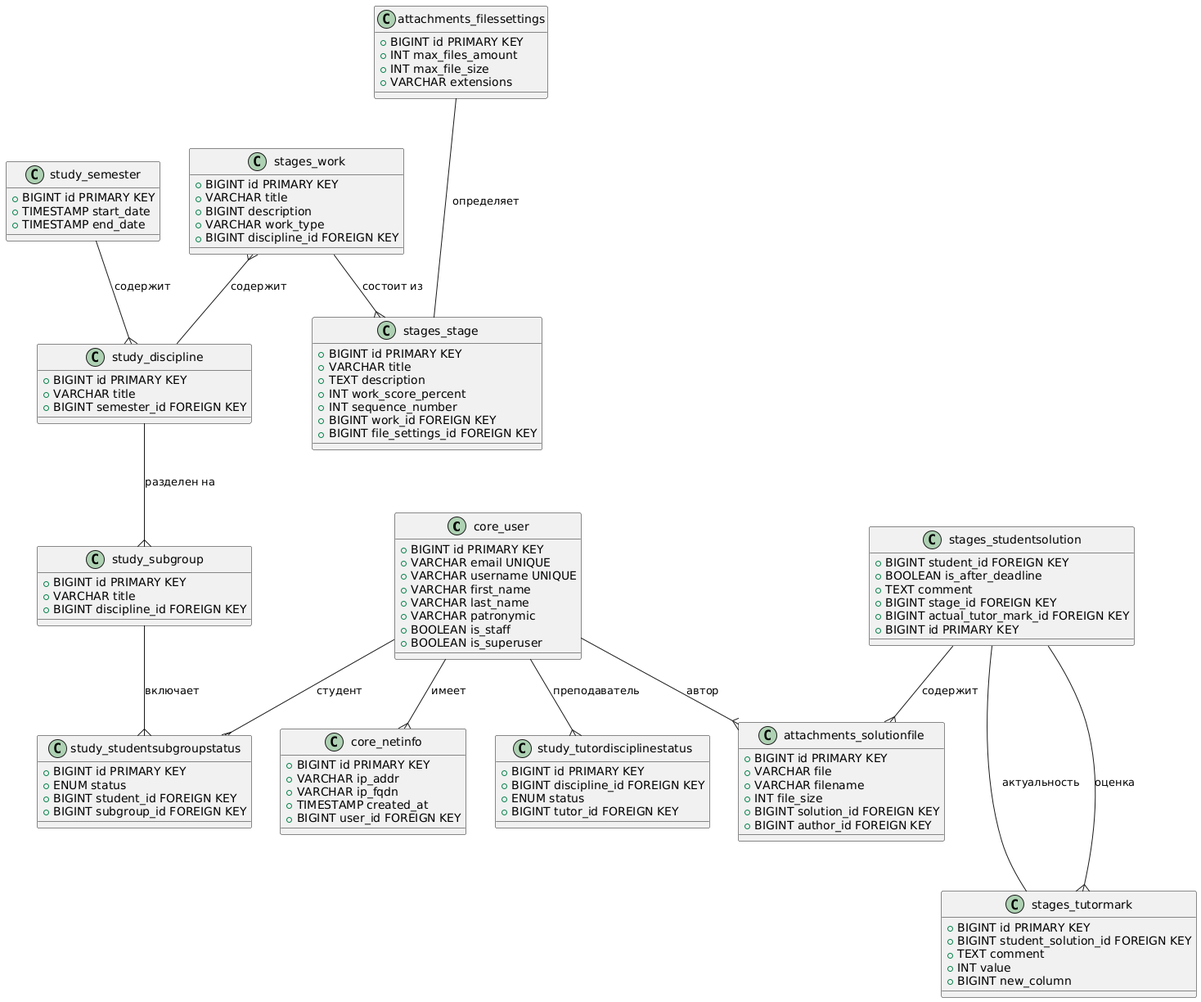
This is documentation/db.png from sh4rkizz/vkr, a PlantUML export, as it was before one commit. Its source is kept beside it as documentation/diagrams/db.puml.
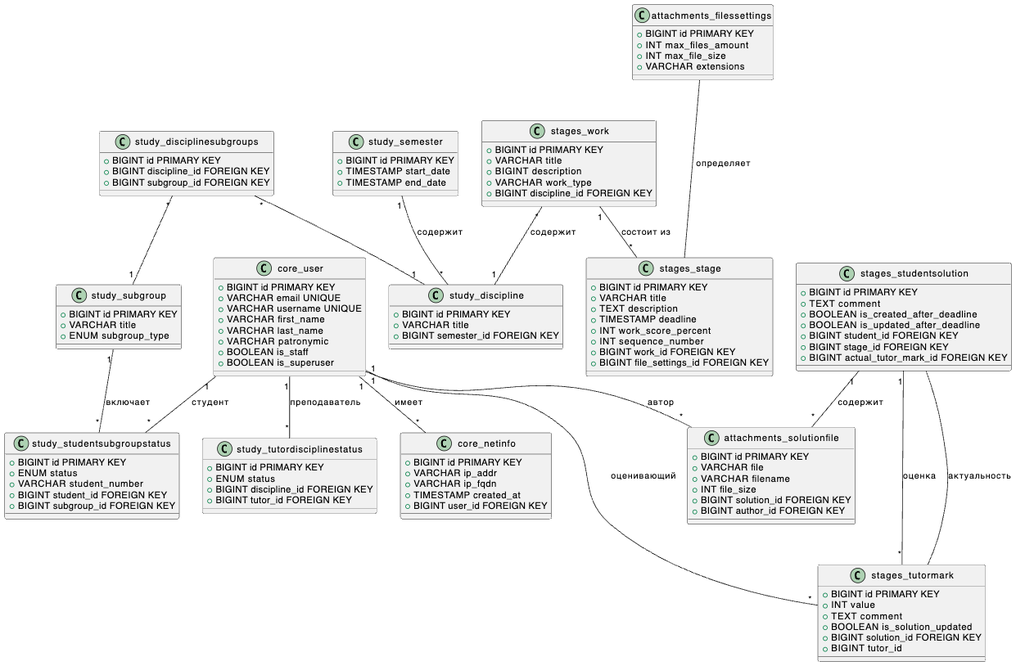
Later version of the same file.

Diff of the diagram source:
```diff
@@ -37,12 +37,13 @@
 class study_subgroup {
     +BIGINT id PK
     +VARCHAR title
-    +BIGINT discipline_id FK
+    +ENUM subgroup_type
 }
 
 class study_studentsubgroupstatus {
     +BIGINT id PK
     +ENUM status
+    +VARCHAR student_number
     +BIGINT student_id FK
     +BIGINT subgroup_id FK
 }
@@ -108,18 +109,25 @@
     +BIGINT tutor_id FK
 }
 
+class study_disciplinesubgroups {
+    +BIGINT id PK
+    +BIGINT discipline_id FK
+    +BIGINT subgroup_id FK
+}
+
 core_user "1" -- "*" core_netinfo : имеет
 core_user "1" -- "*" study_studentsubgroupstatus : студент
 core_user "1" -- "*" attachments_solutionfile : автор
 core_user "1" -- "*" study_tutordisciplinestatus : преподаватель
 study_semester "1" -- "*" study_discipline : содержит
-study_discipline "1" -- "*" study_subgroup : разделен на
 study_subgroup "1" -- "*" study_studentsubgroupstatus : включает
 stages_work "1" -- "*" stages_stage : состоит из
 stages_work "*" -- "1" study_discipline : содержит
-attachments_filessettings "1" -- "1" stages_stage : определяет
+attachments_filessettings --- stages_stage : определяет
 stages_studentsolution "1" -- "*" attachments_solutionfile : содержит
 stages_studentsolution "1" -- "*" stages_tutormark : оценка
-stages_studentsolution "1" -- "1" stages_tutormark : актуальность
+stages_studentsolution --- stages_tutormark : актуальность
 core_user "1" -- "*" stages_tutormark : оценивающий
+study_disciplinesubgroups "*" -- "1" study_discipline
+study_disciplinesubgroups "*" -- "1" study_subgroup
 @enduml
```
